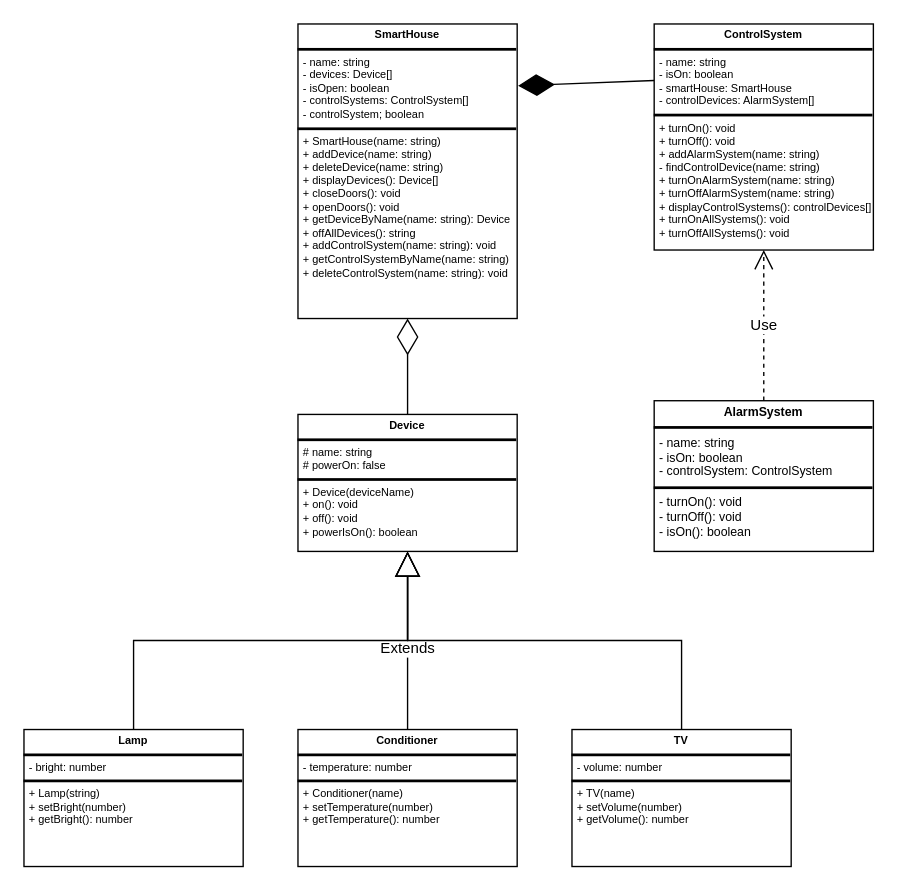
Before: SmartHouse.drawio in asimerole/independent-work-JS-for-university, a draw.io diagram. Source tidied: cells renumbered, new cells numbered last; positions are measured from the earlier drawing's top-left corner, leaving out a move shared by most shapes. Both pictures are drawn from the tidied source at 137%, with x=0, y=0 at pixel (23, 23).
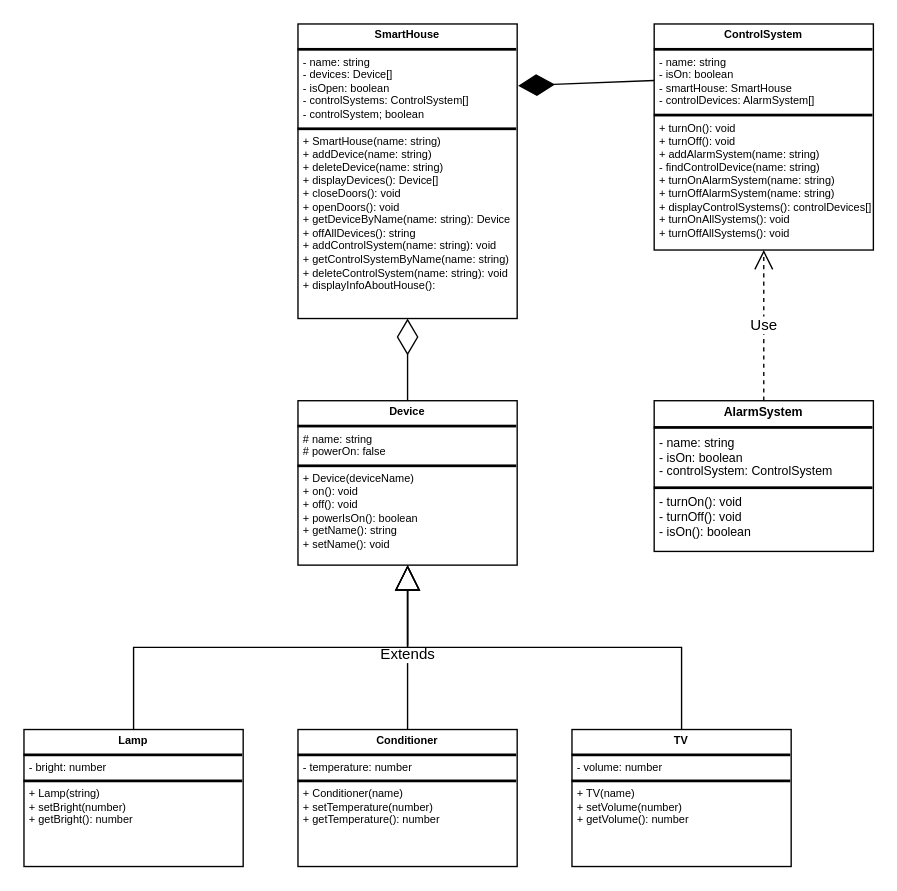
Above is the later version.

Change to the diagram source:
```diff
@@
 <mxGraphModel background="#FFFFFF">
   <root>
     <mxCell id="0" />
     <mxCell id="1" parent="0" />
-    <mxCell id="2" value="&lt;p style=&quot;margin: 4px 0px 0px; text-align: center; font-size: 8px;&quot;&gt;&lt;b style=&quot;font-size: 8px;&quot;&gt;SmartHouse&lt;/b&gt;&lt;/p&gt;&lt;hr style=&quot;border-style: solid; font-size: 8px;&quot;&gt;&lt;p style=&quot;margin: 0px 0px 0px 4px; font-size: 8px;&quot;&gt;&lt;font style=&quot;font-size: 8px;&quot;&gt;- name: string&lt;/font&gt;&lt;/p&gt;&lt;p style=&quot;margin: 0px 0px 0px 4px; font-size: 8px;&quot;&gt;&lt;font style=&quot;font-size: 8px;&quot;&gt;- devices: Device[]&lt;/font&gt;&lt;/p&gt;&lt;p style=&quot;margin: 0px 0px 0px 4px; font-size: 8px;&quot;&gt;&lt;font style=&quot;font-size: 8px;&quot;&gt;- isOpen: boolean&lt;/font&gt;&lt;/p&gt;&lt;p style=&quot;margin: 0px 0px 0px 4px; font-size: 8px;&quot;&gt;&lt;font style=&quot;font-size: 8px;&quot;&gt;- controlSystems: ControlSystem[]&lt;/font&gt;&lt;/p&gt;&lt;p style=&quot;margin: 0px 0px 0px 4px; font-size: 8px;&quot;&gt;&lt;font style=&quot;font-size: 8px;&quot;&gt;- controlSystem; boolean&lt;/font&gt;&lt;/p&gt;&lt;hr style=&quot;border-style: solid; font-size: 8px;&quot;&gt;&lt;p style=&quot;margin: 0px 0px 0px 4px; font-size: 8px;&quot;&gt;+ SmartHouse(name: string)&lt;/p&gt;&lt;p style=&quot;margin: 0px 0px 0px 4px; font-size: 8px;&quot;&gt;+ addDevice(name: string)&lt;/p&gt;&lt;p style=&quot;margin: 0px 0px 0px 4px; font-size: 8px;&quot;&gt;+ deleteDevice(name: string)&lt;/p&gt;&lt;p style=&quot;margin: 0px 0px 0px 4px; font-size: 8px;&quot;&gt;+ displayDevices(): Device[]&lt;/p&gt;&lt;p style=&quot;margin: 0px 0px 0px 4px; font-size: 8px;&quot;&gt;+ closeDoors(): void&lt;/p&gt;&lt;p style=&quot;margin: 0px 0px 0px 4px; font-size: 8px;&quot;&gt;+ openDoors(): void&lt;/p&gt;&lt;p style=&quot;margin: 0px 0px 0px 4px; font-size: 8px;&quot;&gt;+ getDeviceByName(name: string): Device&lt;/p&gt;&lt;p style=&quot;margin: 0px 0px 0px 4px; font-size: 8px;&quot;&gt;+ offAllDevices(): string&lt;/p&gt;&lt;p style=&quot;margin: 0px 0px 0px 4px; font-size: 8px;&quot;&gt;+ addControlSystem(&lt;span style=&quot;background-color: initial;&quot;&gt;name: string&lt;/span&gt;&lt;span style=&quot;background-color: initial;&quot;&gt;): void&lt;/span&gt;&lt;/p&gt;&lt;p style=&quot;margin: 0px 0px 0px 4px; font-size: 8px;&quot;&gt;+ getControlSystemByName(name: string)&amp;nbsp;&lt;br&gt;+ deleteControlSystem(name: string): void&lt;/p&gt;&lt;p style=&quot;margin: 0px 0px 0px 4px; font-size: 8px;&quot;&gt;&lt;br&gt;&lt;/p&gt;" style="verticalAlign=top;align=left;overflow=fill;html=1;whiteSpace=wrap;fillColor=none;fontSize=8;" parent="1" vertex="1">
+    <mxCell id="2" value="&lt;p style=&quot;margin: 4px 0px 0px; text-align: center; font-size: 8px;&quot;&gt;&lt;b style=&quot;font-size: 8px;&quot;&gt;SmartHouse&lt;/b&gt;&lt;/p&gt;&lt;hr style=&quot;border-style: solid; font-size: 8px;&quot;&gt;&lt;p style=&quot;margin: 0px 0px 0px 4px; font-size: 8px;&quot;&gt;&lt;font style=&quot;font-size: 8px;&quot;&gt;- name: string&lt;/font&gt;&lt;/p&gt;&lt;p style=&quot;margin: 0px 0px 0px 4px; font-size: 8px;&quot;&gt;&lt;font style=&quot;font-size: 8px;&quot;&gt;- devices: Device[]&lt;/font&gt;&lt;/p&gt;&lt;p style=&quot;margin: 0px 0px 0px 4px; font-size: 8px;&quot;&gt;&lt;font style=&quot;font-size: 8px;&quot;&gt;- isOpen: boolean&lt;/font&gt;&lt;/p&gt;&lt;p style=&quot;margin: 0px 0px 0px 4px; font-size: 8px;&quot;&gt;&lt;font style=&quot;font-size: 8px;&quot;&gt;- controlSystems: ControlSystem[]&lt;/font&gt;&lt;/p&gt;&lt;p style=&quot;margin: 0px 0px 0px 4px; font-size: 8px;&quot;&gt;&lt;font style=&quot;font-size: 8px;&quot;&gt;- controlSystem; boolean&lt;/font&gt;&lt;/p&gt;&lt;hr style=&quot;border-style: solid; font-size: 8px;&quot;&gt;&lt;p style=&quot;margin: 0px 0px 0px 4px; font-size: 8px;&quot;&gt;+ SmartHouse(name: string)&lt;/p&gt;&lt;p style=&quot;margin: 0px 0px 0px 4px; font-size: 8px;&quot;&gt;+ addDevice(name: string)&lt;/p&gt;&lt;p style=&quot;margin: 0px 0px 0px 4px; font-size: 8px;&quot;&gt;+ deleteDevice(name: string)&lt;/p&gt;&lt;p style=&quot;margin: 0px 0px 0px 4px; font-size: 8px;&quot;&gt;+ displayDevices(): Device[]&lt;/p&gt;&lt;p style=&quot;margin: 0px 0px 0px 4px; font-size: 8px;&quot;&gt;+ closeDoors(): void&lt;/p&gt;&lt;p style=&quot;margin: 0px 0px 0px 4px; font-size: 8px;&quot;&gt;+ openDoors(): void&lt;/p&gt;&lt;p style=&quot;margin: 0px 0px 0px 4px; font-size: 8px;&quot;&gt;+ getDeviceByName(name: string): Device&lt;/p&gt;&lt;p style=&quot;margin: 0px 0px 0px 4px; font-size: 8px;&quot;&gt;+ offAllDevices(): string&lt;/p&gt;&lt;p style=&quot;margin: 0px 0px 0px 4px; font-size: 8px;&quot;&gt;+ addControlSystem(&lt;span style=&quot;background-color: initial;&quot;&gt;name: string&lt;/span&gt;&lt;span style=&quot;background-color: initial;&quot;&gt;): void&lt;/span&gt;&lt;/p&gt;&lt;p style=&quot;margin: 0px 0px 0px 4px; font-size: 8px;&quot;&gt;+ getControlSystemByName(name: string)&amp;nbsp;&lt;br&gt;+ deleteControlSystem(name: string): void&lt;/p&gt;&lt;p style=&quot;margin: 0px 0px 0px 4px; font-size: 8px;&quot;&gt;+ displayInfoAboutHouse():&lt;/p&gt;" style="verticalAlign=top;align=left;overflow=fill;html=1;whiteSpace=wrap;fillColor=none;fontSize=8;" parent="1" vertex="1">
       <mxGeometry x="200" width="160" height="215" as="geometry" />
     </mxCell>
-    <mxCell id="3" value="&lt;p style=&quot;margin: 4px 0px 0px; text-align: center; font-size: 8px;&quot;&gt;&lt;b&gt;Device&lt;/b&gt;&lt;/p&gt;&lt;hr style=&quot;border-style: solid; font-size: 8px;&quot;&gt;&lt;p style=&quot;margin: 0px 0px 0px 4px; font-size: 8px;&quot;&gt;&lt;font style=&quot;font-size: 8px;&quot;&gt;# name: string&lt;/font&gt;&lt;/p&gt;&lt;p style=&quot;margin: 0px 0px 0px 4px; font-size: 8px;&quot;&gt;&lt;font style=&quot;font-size: 8px;&quot;&gt;# powerOn: false&lt;/font&gt;&lt;span style=&quot;background-color: initial;&quot;&gt;&amp;nbsp;&lt;/span&gt;&lt;/p&gt;&lt;hr style=&quot;border-style: solid; font-size: 8px;&quot;&gt;&lt;p style=&quot;margin: 0px 0px 0px 4px; font-size: 8px;&quot;&gt;&lt;font style=&quot;font-size: 8px;&quot;&gt;+ Device(deviceName)&lt;br&gt;+ on(): void&lt;/font&gt;&lt;/p&gt;&lt;p style=&quot;margin: 0px 0px 0px 4px; font-size: 8px;&quot;&gt;&lt;font style=&quot;font-size: 8px;&quot;&gt;+ off(): void&lt;/font&gt;&lt;/p&gt;&lt;p style=&quot;margin: 0px 0px 0px 4px; font-size: 8px;&quot;&gt;&lt;font style=&quot;font-size: 8px;&quot;&gt;+ powerIsOn(): boolean&lt;/font&gt;&lt;/p&gt;&lt;p style=&quot;margin: 0px 0px 0px 4px;&quot;&gt;&lt;br&gt;&lt;/p&gt;&lt;p style=&quot;margin: 0px 0px 0px 4px; font-size: 8px;&quot;&gt;&lt;font style=&quot;font-size: 8px;&quot;&gt;&lt;br&gt;&lt;/font&gt;&lt;/p&gt;" style="verticalAlign=top;align=left;overflow=fill;html=1;whiteSpace=wrap;fillColor=none;fontSize=8;" parent="1" vertex="1">
-      <mxGeometry x="200" y="285" width="160" height="100" as="geometry" />
+    <mxCell id="3" value="&lt;p style=&quot;margin: 4px 0px 0px; text-align: center; font-size: 8px;&quot;&gt;&lt;b&gt;Device&lt;/b&gt;&lt;/p&gt;&lt;hr style=&quot;border-style: solid; font-size: 8px;&quot;&gt;&lt;p style=&quot;margin: 0px 0px 0px 4px; font-size: 8px;&quot;&gt;&lt;font style=&quot;font-size: 8px;&quot;&gt;# name: string&lt;/font&gt;&lt;/p&gt;&lt;p style=&quot;margin: 0px 0px 0px 4px; font-size: 8px;&quot;&gt;&lt;font style=&quot;font-size: 8px;&quot;&gt;# powerOn: false&lt;/font&gt;&lt;span style=&quot;background-color: initial;&quot;&gt;&amp;nbsp;&lt;/span&gt;&lt;/p&gt;&lt;hr style=&quot;border-style: solid; font-size: 8px;&quot;&gt;&lt;p style=&quot;margin: 0px 0px 0px 4px; font-size: 8px;&quot;&gt;&lt;font style=&quot;font-size: 8px;&quot;&gt;+ Device(deviceName)&lt;br&gt;+ on(): void&lt;/font&gt;&lt;/p&gt;&lt;p style=&quot;margin: 0px 0px 0px 4px; font-size: 8px;&quot;&gt;&lt;font style=&quot;font-size: 8px;&quot;&gt;+ off(): void&lt;/font&gt;&lt;/p&gt;&lt;p style=&quot;margin: 0px 0px 0px 4px; font-size: 8px;&quot;&gt;&lt;font style=&quot;font-size: 8px;&quot;&gt;+ powerIsOn(): boolean&lt;/font&gt;&lt;/p&gt;&lt;p style=&quot;margin: 0px 0px 0px 4px; font-size: 8px;&quot;&gt;&lt;font style=&quot;font-size: 8px;&quot;&gt;+ getName(): string&lt;/font&gt;&lt;/p&gt;&lt;p style=&quot;margin: 0px 0px 0px 4px; font-size: 8px;&quot;&gt;&lt;font style=&quot;font-size: 8px;&quot;&gt;+ setName(): void&lt;/font&gt;&lt;/p&gt;&lt;p style=&quot;margin: 0px 0px 0px 4px;&quot;&gt;&lt;br&gt;&lt;/p&gt;&lt;p style=&quot;margin: 0px 0px 0px 4px; font-size: 8px;&quot;&gt;&lt;font style=&quot;font-size: 8px;&quot;&gt;&lt;br&gt;&lt;/font&gt;&lt;/p&gt;" style="verticalAlign=top;align=left;overflow=fill;html=1;whiteSpace=wrap;fillColor=none;fontSize=8;" parent="1" vertex="1">
+      <mxGeometry x="200" y="275" width="160" height="120" as="geometry" />
     </mxCell>
     <mxCell id="4" value="&lt;p style=&quot;text-align: center; margin: 4px 0px 0px;&quot;&gt;&lt;span style=&quot;background-color: initial; text-align: left;&quot;&gt;&lt;b&gt;Conditioner&lt;/b&gt;&lt;/span&gt;&lt;/p&gt;&lt;hr style=&quot;border-style: solid; font-size: 8px;&quot;&gt;&lt;p style=&quot;margin: 0px 0px 0px 4px; font-size: 8px;&quot;&gt;&lt;span style=&quot;background-color: initial;&quot;&gt;- temperature: number&lt;/span&gt;&lt;br&gt;&lt;/p&gt;&lt;hr style=&quot;border-style: solid; font-size: 8px;&quot;&gt;&lt;p style=&quot;margin: 0px 0px 0px 4px; font-size: 8px;&quot;&gt;+ Conditioner(name)&lt;/p&gt;&lt;p style=&quot;margin: 0px 0px 0px 4px; font-size: 8px;&quot;&gt;+ setTemperature(number)&lt;/p&gt;&lt;p style=&quot;margin: 0px 0px 0px 4px; font-size: 8px;&quot;&gt;+ getTemperature(): number&lt;/p&gt;" style="verticalAlign=top;align=left;overflow=fill;html=1;whiteSpace=wrap;fillColor=none;fontSize=8;" parent="1" vertex="1">
       <mxGeometry x="200" y="515" width="160" height="100" as="geometry" />
     </mxCell>
     <mxCell id="5" value="&lt;p style=&quot;margin: 4px 0px 0px; text-align: center; font-size: 8px;&quot;&gt;&lt;b&gt;TV&lt;/b&gt;&lt;/p&gt;&lt;hr style=&quot;border-style: solid; font-size: 8px;&quot;&gt;&lt;p style=&quot;margin: 0px 0px 0px 4px; font-size: 8px;&quot;&gt;&lt;span style=&quot;background-color: initial;&quot;&gt;- volume: number&lt;/span&gt;&lt;br&gt;&lt;/p&gt;&lt;hr style=&quot;border-style: solid; font-size: 8px;&quot;&gt;&lt;p style=&quot;margin: 0px 0px 0px 4px; font-size: 8px;&quot;&gt;+ TV(name)&lt;/p&gt;&lt;p style=&quot;margin: 0px 0px 0px 4px; font-size: 8px;&quot;&gt;+ setVolume(number)&lt;/p&gt;&lt;p style=&quot;margin: 0px 0px 0px 4px; font-size: 8px;&quot;&gt;+ getVolume(): number&lt;/p&gt;&lt;p style=&quot;margin: 0px 0px 0px 4px; font-size: 8px;&quot;&gt;&lt;br&gt;&lt;/p&gt;" style="verticalAlign=top;align=left;overflow=fill;html=1;whiteSpace=wrap;fillColor=none;fontSize=8;" parent="1" vertex="1">
       <mxGeometry x="400" y="515" width="160" height="100" as="geometry" />
     </mxCell>
     <mxCell id="6" value="&lt;p style=&quot;margin: 4px 0px 0px; text-align: center; font-size: 8px;&quot;&gt;&lt;b style=&quot;font-size: 8px;&quot;&gt;Lamp&lt;/b&gt;&lt;/p&gt;&lt;hr style=&quot;border-style: solid; font-size: 8px;&quot;&gt;&lt;p style=&quot;margin: 0px 0px 0px 4px; font-size: 8px;&quot;&gt;&lt;span style=&quot;background-color: initial;&quot;&gt;- bright: number&lt;/span&gt;&lt;br&gt;&lt;/p&gt;&lt;hr style=&quot;border-style: solid; font-size: 8px;&quot;&gt;&lt;p style=&quot;margin: 0px 0px 0px 4px; font-size: 8px;&quot;&gt;+ Lamp(string)&lt;br&gt;+ setBright(number)&lt;/p&gt;&lt;p style=&quot;margin: 0px 0px 0px 4px; font-size: 8px;&quot;&gt;+ getBright(): number&lt;/p&gt;&lt;p style=&quot;margin: 0px 0px 0px 4px; font-size: 8px;&quot;&gt;&lt;br&gt;&lt;/p&gt;" style="verticalAlign=top;align=left;overflow=fill;html=1;whiteSpace=wrap;fillColor=none;fontSize=8;" parent="1" vertex="1">
       <mxGeometry y="515" width="160" height="100" as="geometry" />
     </mxCell>
     <mxCell id="7" value="Extends" style="endArrow=block;endSize=16;endFill=0;html=1;rounded=0;entryX=0.5;entryY=1;entryDx=0;entryDy=0;exitX=0.5;exitY=0;exitDx=0;exitDy=0;" parent="1" edge="1" source="4" target="3">
       <mxGeometry x="-0.09" relative="1" as="geometry" />
     </mxCell>
     <mxCell id="8" style="endArrow=diamondThin;endFill=0;endSize=24;html=1;rounded=0;entryX=0.5;entryY=1;entryDx=0;entryDy=0;exitX=0.5;exitY=0;exitDx=0;exitDy=0;" parent="1" edge="1" source="3" target="2">
       <mxGeometry relative="1" as="geometry" />
     </mxCell>
     <mxCell id="9" value="&lt;p style=&quot;margin: 4px 0px 0px; text-align: center; font-size: 8px;&quot;&gt;&lt;b&gt;ControlSystem&lt;/b&gt;&lt;/p&gt;&lt;hr style=&quot;border-style: solid; font-size: 8px;&quot;&gt;&lt;p style=&quot;margin: 0px 0px 0px 4px; font-size: 8px;&quot;&gt;- name: string&lt;/p&gt;&lt;p style=&quot;margin: 0px 0px 0px 4px; font-size: 8px;&quot;&gt;- isOn: boolean&lt;/p&gt;&lt;p style=&quot;margin: 0px 0px 0px 4px; font-size: 8px;&quot;&gt;- smartHouse: SmartHouse&lt;/p&gt;&lt;p style=&quot;margin: 0px 0px 0px 4px; font-size: 8px;&quot;&gt;- controlDevices: AlarmSystem[]&lt;/p&gt;&lt;hr style=&quot;border-style: solid; font-size: 8px;&quot;&gt;&lt;p style=&quot;margin: 0px 0px 0px 4px; font-size: 8px;&quot;&gt;+ turnOn(): void&lt;br&gt;+ turnOff(): void&lt;/p&gt;&lt;p style=&quot;margin: 0px 0px 0px 4px; font-size: 8px;&quot;&gt;+ addAlarmSystem(name: string)&lt;/p&gt;&lt;p style=&quot;margin: 0px 0px 0px 4px; font-size: 8px;&quot;&gt;- findControlDevice(name: string)&lt;/p&gt;&lt;p style=&quot;margin: 0px 0px 0px 4px; font-size: 8px;&quot;&gt;+ turnOnAlarmSystem(name: string)&lt;/p&gt;&lt;p style=&quot;margin: 0px 0px 0px 4px; font-size: 8px;&quot;&gt;+ turnOffAlarmSystem(&lt;span style=&quot;background-color: initial;&quot;&gt;name: string&lt;/span&gt;&lt;span style=&quot;background-color: initial;&quot;&gt;)&lt;/span&gt;&lt;/p&gt;&lt;p style=&quot;margin: 0px 0px 0px 4px; font-size: 8px;&quot;&gt;&lt;span style=&quot;background-color: initial;&quot;&gt;+ displayControlSystems():&amp;nbsp;&lt;/span&gt;&lt;span style=&quot;background-color: initial;&quot;&gt;controlDevices&lt;/span&gt;&lt;span style=&quot;background-color: initial;&quot;&gt;[]&lt;/span&gt;&lt;/p&gt;&lt;p style=&quot;margin: 0px 0px 0px 4px; font-size: 8px;&quot;&gt;&lt;span style=&quot;background-color: initial;&quot;&gt;+ turnOnAllSystems(): void&lt;/span&gt;&lt;/p&gt;&lt;p style=&quot;margin: 0px 0px 0px 4px; font-size: 8px;&quot;&gt;&lt;span style=&quot;background-color: initial;&quot;&gt;+ turnOffAllSystems(): void&lt;/span&gt;&lt;/p&gt;" style="verticalAlign=top;align=left;overflow=fill;html=1;whiteSpace=wrap;fillColor=none;fontSize=8;" parent="1" vertex="1">
       <mxGeometry x="460" width="160" height="165" as="geometry" />
     </mxCell>
     <mxCell id="10" value="&lt;p style=&quot;margin: 4px 0px 0px; text-align: center; font-size: 9px;&quot;&gt;&lt;b style=&quot;font-size: 9px;&quot;&gt;AlarmSystem&lt;/b&gt;&lt;/p&gt;&lt;hr style=&quot;border-style: solid; font-size: 9px;&quot;&gt;&lt;p style=&quot;margin: 0px 0px 0px 4px; font-size: 9px;&quot;&gt;- name: string&lt;/p&gt;&lt;p style=&quot;margin: 0px 0px 0px 4px; font-size: 9px;&quot;&gt;- isOn: boolean&lt;/p&gt;&lt;p style=&quot;margin: 0px 0px 0px 4px; font-size: 9px;&quot;&gt;- controlSystem: ControlSystem&lt;/p&gt;&lt;hr style=&quot;border-style: solid; font-size: 9px;&quot;&gt;&lt;p style=&quot;margin: 0px 0px 0px 4px; font-size: 9px;&quot;&gt;- turnOn(): void&lt;/p&gt;&lt;p style=&quot;margin: 0px 0px 0px 4px; font-size: 9px;&quot;&gt;- turnOff(): void&lt;/p&gt;&lt;p style=&quot;margin: 0px 0px 0px 4px; font-size: 9px;&quot;&gt;- isOn(): boolean&lt;/p&gt;&lt;p style=&quot;margin: 0px 0px 0px 4px; font-size: 9px;&quot;&gt;&lt;br&gt;&lt;/p&gt;" style="verticalAlign=top;align=left;overflow=fill;html=1;whiteSpace=wrap;fillColor=none;fontSize=9;" parent="1" vertex="1">
       <mxGeometry x="460" y="275" width="160" height="110" as="geometry" />
     </mxCell>
     <mxCell id="11" value="Extends" style="endArrow=block;endSize=16;endFill=0;html=1;rounded=0;exitX=0.5;exitY=0;exitDx=0;exitDy=0;entryX=0.5;entryY=1;entryDx=0;entryDy=0;edgeStyle=orthogonalEdgeStyle;fontColor=none;noLabel=1;" parent="1" edge="1" source="5" target="3">
       <mxGeometry relative="1" as="geometry" />
     </mxCell>
     <mxCell id="12" value="Extends" style="endArrow=block;endSize=16;endFill=0;html=1;rounded=0;exitX=0.5;exitY=0;exitDx=0;exitDy=0;entryX=0.5;entryY=1;entryDx=0;entryDy=0;edgeStyle=orthogonalEdgeStyle;fontColor=none;noLabel=1;" parent="1" edge="1" source="6" target="3">
       <mxGeometry relative="1" as="geometry" />
     </mxCell>
     <mxCell id="13" value="Use" style="endArrow=open;endSize=12;dashed=1;html=1;rounded=0;exitX=0.5;exitY=0;exitDx=0;exitDy=0;entryX=0.5;entryY=1;entryDx=0;entryDy=0;" parent="1" edge="1" source="10" target="9">
       <mxGeometry relative="1" as="geometry" />
     </mxCell>
     <mxCell id="14" style="endArrow=diamondThin;endFill=1;endSize=24;html=1;rounded=0;exitX=0;exitY=0.25;exitDx=0;exitDy=0;entryX=1.004;entryY=0.21;entryDx=0;entryDy=0;entryPerimeter=0;" parent="1" edge="1" source="9" target="2">
       <mxGeometry relative="1" as="geometry" />
     </mxCell>
   </root>
 </mxGraphModel>
```
